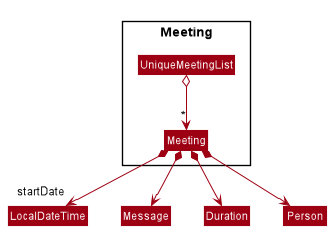
This is docs/images/MeetingClassDiagram.png from sebastiantoh/tp, a PlantUML export, as it was before one commit.
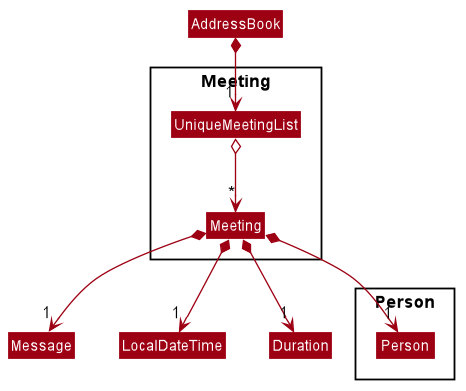
The same diagram one commit later.

Change to the diagram source:
```diff
@@ -54,15 +54,23 @@
 skinparam classBackgroundColor #9D0012
 
 
-Package Meeting {
+Class AddressBook
+Package Meeting <<Rectangle>>{
+
     Class Meeting
     Class UniqueMeetingList
+
+    AddressBook *--> "1" UniqueMeetingList
+    UniqueMeetingList o--> "*" Meeting
 }
 
-UniqueMeetingList o--> "*" Meeting
-Meeting *--> "startDate" LocalDateTime
-Meeting *--> Message
-Meeting *--> Duration
-Meeting *--> Person
+Package Person {
+    Class Person
+}
+
+Meeting *--> "1" Message
+Meeting *--> "1" LocalDateTime
+Meeting *--> "1" Duration
+Meeting *--> "1" Person
 
 @enduml
```
